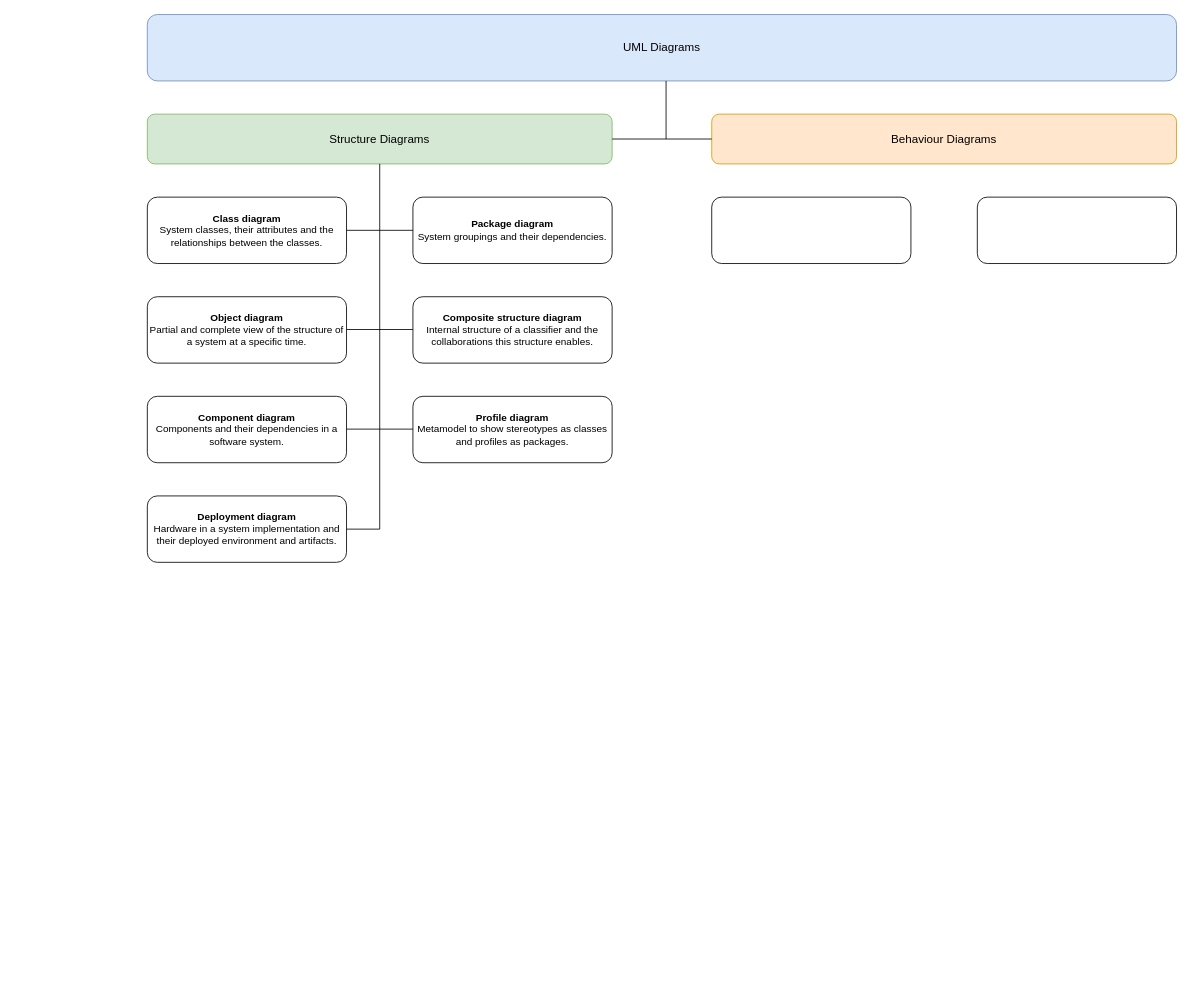
Before: UML.drawio in tyk1hc/drawio, a draw.io diagram. Source tidied: cells renumbered, new cells numbered last; positions are measured from the earlier drawing's top-left corner, leaving out a move shared by most shapes. Both pictures are drawn from the tidied source at 83%, with x=0, y=0 at pixel (147, 14).
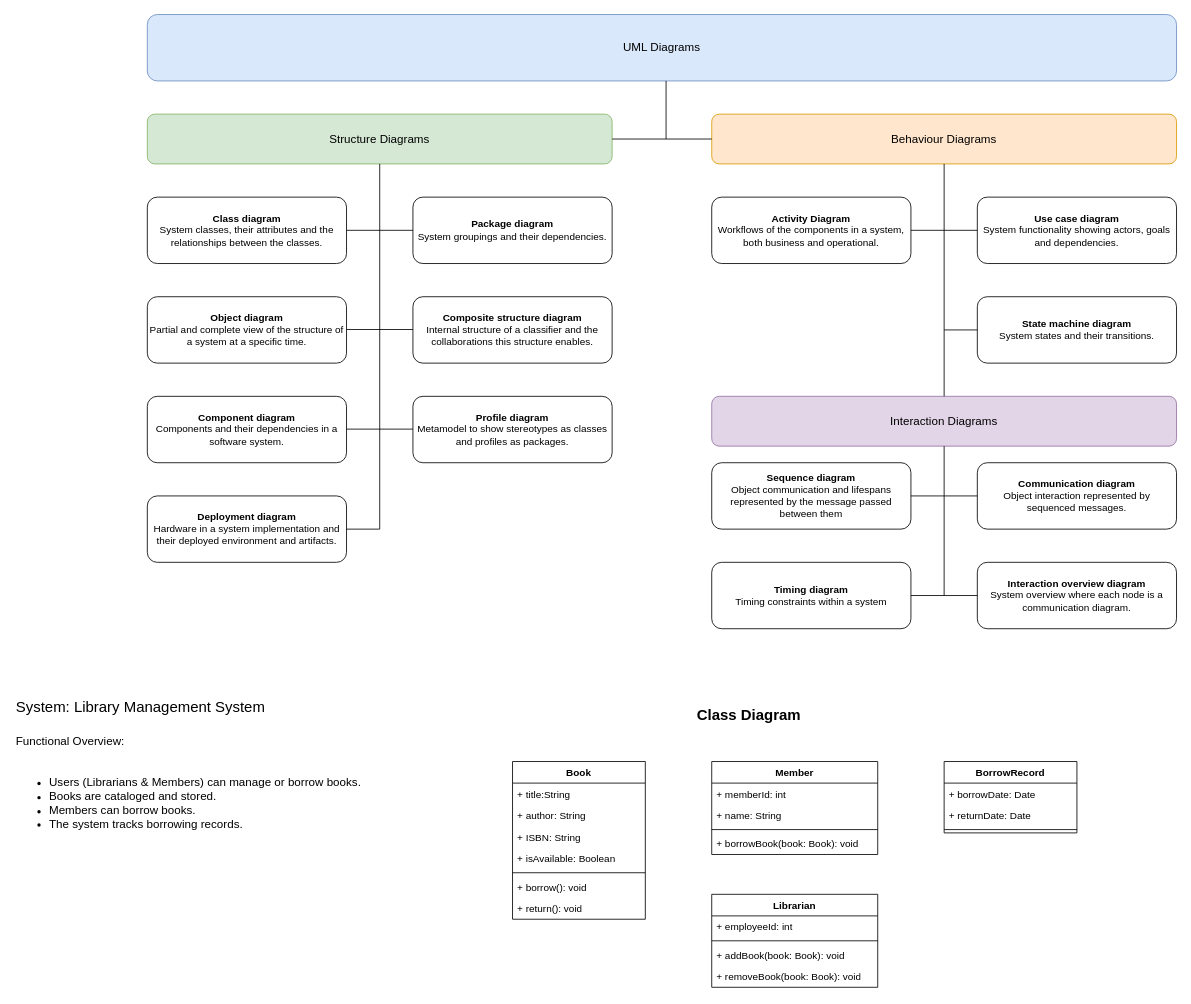
The same page after the edit.

What changed in the source:
```diff
@@
-    <mxCell id="9" style="rounded=1;whiteSpace=wrap;html=1;" parent="1" vertex="1">
+    <mxCell id="9" value="&lt;b&gt;Activity Diagram&lt;/b&gt;&lt;br&gt;Workflows of the components in a system, both business and operational." style="rounded=1;whiteSpace=wrap;html=1;" parent="1" vertex="1">
       <mxGeometry x="680" y="220" width="240" height="80" as="geometry" />
     </mxCell>
-    <mxCell id="10" style="rounded=1;whiteSpace=wrap;html=1;" parent="1" vertex="1">
+    <mxCell id="10" value="&lt;b&gt;Use case diagram&lt;br&gt;&lt;/b&gt;System functionality showing actors, goals and dependencies.&lt;b&gt;&lt;br&gt;&lt;/b&gt;" style="rounded=1;whiteSpace=wrap;html=1;" parent="1" vertex="1">
       <mxGeometry x="1000" y="220" width="240" height="80" as="geometry" />
     </mxCell>
@@
+    <mxCell id="21" value="&lt;b&gt;State machine diagram&lt;br&gt;&lt;/b&gt;System states and their transitions.&lt;b&gt;&lt;br&gt;&lt;/b&gt;" style="rounded=1;whiteSpace=wrap;html=1;" parent="1" vertex="1">
+      <mxGeometry x="1000" y="340" width="240" height="80" as="geometry" />
+    </mxCell>
+    <mxCell id="22" value="&lt;font style=&quot;font-size: 14px;&quot;&gt;Interaction Diagrams&lt;/font&gt;" style="rounded=1;whiteSpace=wrap;html=1;fillColor=#e1d5e7;strokeColor=#9673a6;" parent="1" vertex="1">
+      <mxGeometry x="680" y="460" width="560" height="60" as="geometry" />
+    </mxCell>
+    <mxCell id="23" style="endArrow=none;html=1;rounded=0;exitX=0.5;exitY=0;exitDx=0;exitDy=0;" parent="1" edge="1" source="22">
+      <mxGeometry relative="1" as="geometry">
+        <mxPoint x="960" y="180" as="targetPoint" />
+      </mxGeometry>
+    </mxCell>
+    <mxCell id="24" style="endArrow=none;html=1;rounded=0;" parent="1" edge="1" source="9">
+      <mxGeometry relative="1" as="geometry">
+        <mxPoint x="1000" y="260" as="targetPoint" />
+      </mxGeometry>
+    </mxCell>
+    <mxCell id="25" style="endArrow=none;html=1;rounded=0;entryX=0;entryY=0.5;entryDx=0;entryDy=0;" parent="1" edge="1" target="21">
+      <mxGeometry relative="1" as="geometry">
+        <mxPoint x="960" y="380" as="sourcePoint" />
+      </mxGeometry>
+    </mxCell>
+    <mxCell id="26" value="&lt;div&gt;&lt;b&gt;Sequence diagram&lt;/b&gt;&lt;/div&gt;&lt;div&gt;Object communication and lifespans represented by the message passed between them&lt;/div&gt;" style="rounded=1;whiteSpace=wrap;html=1;" parent="1" vertex="1">
+      <mxGeometry x="680" y="540" width="240" height="80" as="geometry" />
+    </mxCell>
+    <mxCell id="27" value="&lt;div&gt;&lt;b&gt;Communication diagram&lt;/b&gt;&lt;br&gt;&lt;/div&gt;&lt;div&gt;Object interaction represented by sequenced messages.&lt;/div&gt;" style="rounded=1;whiteSpace=wrap;html=1;" parent="1" vertex="1">
+      <mxGeometry x="1000" y="540" width="240" height="80" as="geometry" />
+    </mxCell>
+    <mxCell id="28" value="&lt;div&gt;&lt;b&gt;Timing diagram&lt;/b&gt;&lt;br&gt;&lt;/div&gt;&lt;div&gt;Timing constraints within a system &lt;/div&gt;" style="rounded=1;whiteSpace=wrap;html=1;" parent="1" vertex="1">
+      <mxGeometry x="680" y="660" width="240" height="80" as="geometry" />
+    </mxCell>
+    <mxCell id="29" value="&lt;div&gt;&lt;b&gt;Interaction overview diagram&lt;/b&gt;&lt;br&gt;&lt;/div&gt;&lt;div&gt;System overview where each node is a communication diagram. &lt;/div&gt;" style="rounded=1;whiteSpace=wrap;html=1;" parent="1" vertex="1">
+      <mxGeometry x="1000" y="660" width="240" height="80" as="geometry" />
+    </mxCell>
+    <mxCell id="30" style="endArrow=none;html=1;rounded=0;entryX=0.5;entryY=1;entryDx=0;entryDy=0;" parent="1" edge="1" target="22">
+      <mxGeometry relative="1" as="geometry">
+        <mxPoint x="960" y="700" as="sourcePoint" />
+      </mxGeometry>
+    </mxCell>
+    <mxCell id="31" style="endArrow=none;html=1;rounded=0;" parent="1" edge="1" target="27">
+      <mxGeometry relative="1" as="geometry">
+        <mxPoint x="920" y="580" as="sourcePoint" />
+      </mxGeometry>
+    </mxCell>
+    <mxCell id="32" style="endArrow=none;html=1;rounded=0;entryX=0;entryY=0.5;entryDx=0;entryDy=0;" parent="1" edge="1" target="29">
+      <mxGeometry relative="1" as="geometry">
+        <mxPoint x="920" y="700" as="sourcePoint" />
+      </mxGeometry>
+    </mxCell>
+    <mxCell id="33" value="&lt;font style=&quot;font-size: 18px;&quot;&gt;System: Library Management System&lt;/font&gt;" style="text;html=1;align=left;verticalAlign=middle;whiteSpace=wrap;rounded=0;" parent="1" vertex="1">
+      <mxGeometry x="-160" y="820" width="360" height="30" as="geometry" />
+    </mxCell>
+    <mxCell id="34" value="&lt;font style=&quot;font-size: 14px;&quot;&gt;Functional Overview:&lt;/font&gt;" style="text;html=1;align=left;verticalAlign=middle;whiteSpace=wrap;rounded=0;" parent="1" vertex="1">
+      <mxGeometry x="-160" y="860" width="160" height="30" as="geometry" />
+    </mxCell>
+    <mxCell id="35" value="&lt;ul&gt;&lt;li&gt;&lt;font style=&quot;font-size: 14px;&quot;&gt;Users (Librarians &amp;amp; Members) can manage or borrow books.&lt;/font&gt;&lt;/li&gt;&lt;li&gt;&lt;font style=&quot;font-size: 14px;&quot;&gt;Books are cataloged and stored.&lt;/font&gt;&lt;/li&gt;&lt;li&gt;&lt;font style=&quot;font-size: 14px;&quot;&gt;Members can borrow books.&lt;/font&gt;&lt;/li&gt;&lt;li&gt;&lt;font style=&quot;font-size: 13px;&quot;&gt;&lt;font style=&quot;font-size: 14px;&quot;&gt;The system tracks borrowing records.&lt;/font&gt;&lt;br&gt;&lt;/font&gt;&lt;/li&gt;&lt;/ul&gt;" style="text;html=1;align=left;verticalAlign=middle;whiteSpace=wrap;rounded=0;" parent="1" vertex="1">
+      <mxGeometry x="-160" y="900" width="440" height="100" as="geometry" />
+    </mxCell>
+    <mxCell id="36" value="&lt;b&gt;&lt;font&gt;Class Diagram&lt;/font&gt;&lt;/b&gt;" style="text;html=1;align=center;verticalAlign=middle;whiteSpace=wrap;rounded=0;fontSize=18;" parent="1" vertex="1">
+      <mxGeometry x="640" y="830" width="170" height="30" as="geometry" />
+    </mxCell>
+    <mxCell id="37" value="Book" style="swimlane;fontStyle=1;align=center;verticalAlign=top;horizontal=1;startSize=26;whiteSpace=wrap;html=1;" parent="1" vertex="1">
+      <mxGeometry x="440" y="900" width="160" height="190" as="geometry" />
+    </mxCell>
+    <mxCell id="38" value="+ title:String" style="text;strokeColor=none;fillColor=none;align=left;verticalAlign=top;spacingLeft=4;spacingRight=4;overflow=hidden;whiteSpace=wrap;html=1;" parent="37" vertex="1">
+      <mxGeometry y="26" width="160" height="26" as="geometry" />
+    </mxCell>
+    <mxCell id="39" value="+ author: String" style="text;strokeColor=none;fillColor=none;align=left;verticalAlign=top;spacingLeft=4;spacingRight=4;overflow=hidden;whiteSpace=wrap;html=1;" parent="37" vertex="1">
+      <mxGeometry y="52" width="160" height="26" as="geometry" />
+    </mxCell>
+    <mxCell id="40" value="+ ISBN: String" style="text;strokeColor=none;fillColor=none;align=left;verticalAlign=top;spacingLeft=4;spacingRight=4;overflow=hidden;whiteSpace=wrap;html=1;" parent="37" vertex="1">
+      <mxGeometry y="78" width="160" height="26" as="geometry" />
+    </mxCell>
+    <mxCell id="41" value="+ isAvailable: Boolean" style="text;strokeColor=none;fillColor=none;align=left;verticalAlign=top;spacingLeft=4;spacingRight=4;overflow=hidden;whiteSpace=wrap;html=1;" parent="37" vertex="1">
+      <mxGeometry y="104" width="160" height="26" as="geometry" />
+    </mxCell>
+    <mxCell id="42" style="line;strokeWidth=1;fillColor=none;align=left;verticalAlign=middle;spacingTop=-1;spacingLeft=3;spacingRight=3;labelPosition=right;strokeColor=inherit;" parent="37" vertex="1">
+      <mxGeometry y="130" width="160" height="8" as="geometry" />
+    </mxCell>
+    <mxCell id="43" value="+ borrow(): void" style="text;strokeColor=none;fillColor=none;align=left;verticalAlign=top;spacingLeft=4;spacingRight=4;overflow=hidden;whiteSpace=wrap;html=1;" parent="37" vertex="1">
+      <mxGeometry y="138" width="160" height="26" as="geometry" />
+    </mxCell>
+    <mxCell id="44" value="+ return(): void" style="text;strokeColor=none;fillColor=none;align=left;verticalAlign=top;spacingLeft=4;spacingRight=4;overflow=hidden;whiteSpace=wrap;html=1;" parent="37" vertex="1">
+      <mxGeometry y="164" width="160" height="26" as="geometry" />
+    </mxCell>
+    <mxCell id="45" value="Member" style="swimlane;fontStyle=1;align=center;verticalAlign=top;horizontal=1;startSize=26;whiteSpace=wrap;html=1;" parent="1" vertex="1">
+      <mxGeometry x="680" y="900" width="200" height="112" as="geometry" />
+    </mxCell>
+    <mxCell id="46" value="+ memberId: int" style="text;strokeColor=none;fillColor=none;align=left;verticalAlign=top;spacingLeft=4;spacingRight=4;overflow=hidden;whiteSpace=wrap;html=1;" parent="45" vertex="1">
+      <mxGeometry y="26" width="200" height="26" as="geometry" />
+    </mxCell>
+    <mxCell id="47" value="+ name: String" style="text;strokeColor=none;fillColor=none;align=left;verticalAlign=top;spacingLeft=4;spacingRight=4;overflow=hidden;whiteSpace=wrap;html=1;" parent="45" vertex="1">
+      <mxGeometry y="52" width="200" height="26" as="geometry" />
+    </mxCell>
+    <mxCell id="48" style="line;strokeWidth=1;fillColor=none;align=left;verticalAlign=middle;spacingTop=-1;spacingLeft=3;spacingRight=3;labelPosition=right;strokeColor=inherit;" parent="45" vertex="1">
+      <mxGeometry y="78" width="200" height="8" as="geometry" />
+    </mxCell>
+    <mxCell id="49" value="+ borrowBook(book: Book): void" style="text;strokeColor=none;fillColor=none;align=left;verticalAlign=top;spacingLeft=4;spacingRight=4;overflow=hidden;whiteSpace=wrap;html=1;" parent="45" vertex="1">
+      <mxGeometry y="86" width="200" height="26" as="geometry" />
+    </mxCell>
+    <mxCell id="50" value="Librarian" style="swimlane;fontStyle=1;align=center;verticalAlign=top;horizontal=1;startSize=26;whiteSpace=wrap;html=1;" parent="1" vertex="1">
+      <mxGeometry x="680" y="1060" width="200" height="112" as="geometry" />
+    </mxCell>
+    <mxCell id="51" value="+ employeeId: int" style="text;strokeColor=none;fillColor=none;align=left;verticalAlign=top;spacingLeft=4;spacingRight=4;overflow=hidden;whiteSpace=wrap;html=1;" parent="50" vertex="1">
+      <mxGeometry y="26" width="200" height="26" as="geometry" />
+    </mxCell>
+    <mxCell id="52" style="line;strokeWidth=1;fillColor=none;align=left;verticalAlign=middle;spacingTop=-1;spacingLeft=3;spacingRight=3;labelPosition=right;strokeColor=inherit;" parent="50" vertex="1">
+      <mxGeometry y="52" width="200" height="8" as="geometry" />
+    </mxCell>
+    <mxCell id="53" value="+ addBook(book: Book): void" style="text;strokeColor=none;fillColor=none;align=left;verticalAlign=top;spacingLeft=4;spacingRight=4;overflow=hidden;whiteSpace=wrap;html=1;" parent="50" vertex="1">
+      <mxGeometry y="60" width="200" height="26" as="geometry" />
+    </mxCell>
+    <mxCell id="54" value="+ removeBook(book: Book): void" style="text;strokeColor=none;fillColor=none;align=left;verticalAlign=top;spacingLeft=4;spacingRight=4;overflow=hidden;whiteSpace=wrap;html=1;" parent="50" vertex="1">
+      <mxGeometry y="86" width="200" height="26" as="geometry" />
+    </mxCell>
+    <mxCell id="55" value="BorrowRecord" style="swimlane;fontStyle=1;align=center;verticalAlign=top;horizontal=1;startSize=26;whiteSpace=wrap;html=1;" parent="1" vertex="1">
+      <mxGeometry x="960" y="900" width="160" height="86" as="geometry" />
+    </mxCell>
+    <mxCell id="56" value="+ borrowDate: Date" style="text;strokeColor=none;fillColor=none;align=left;verticalAlign=top;spacingLeft=4;spacingRight=4;overflow=hidden;whiteSpace=wrap;html=1;" parent="55" vertex="1">
+      <mxGeometry y="26" width="160" height="26" as="geometry" />
+    </mxCell>
+    <mxCell id="57" value="+ returnDate: Date" style="text;strokeColor=none;fillColor=none;align=left;verticalAlign=top;spacingLeft=4;spacingRight=4;overflow=hidden;whiteSpace=wrap;html=1;" parent="55" vertex="1">
+      <mxGeometry y="52" width="160" height="26" as="geometry" />
+    </mxCell>
+    <mxCell id="58" style="line;strokeWidth=1;fillColor=none;align=left;verticalAlign=middle;spacingTop=-1;spacingLeft=3;spacingRight=3;labelPosition=right;strokeColor=inherit;" parent="55" vertex="1">
+      <mxGeometry y="78" width="160" height="8" as="geometry" />
+    </mxCell>
```
